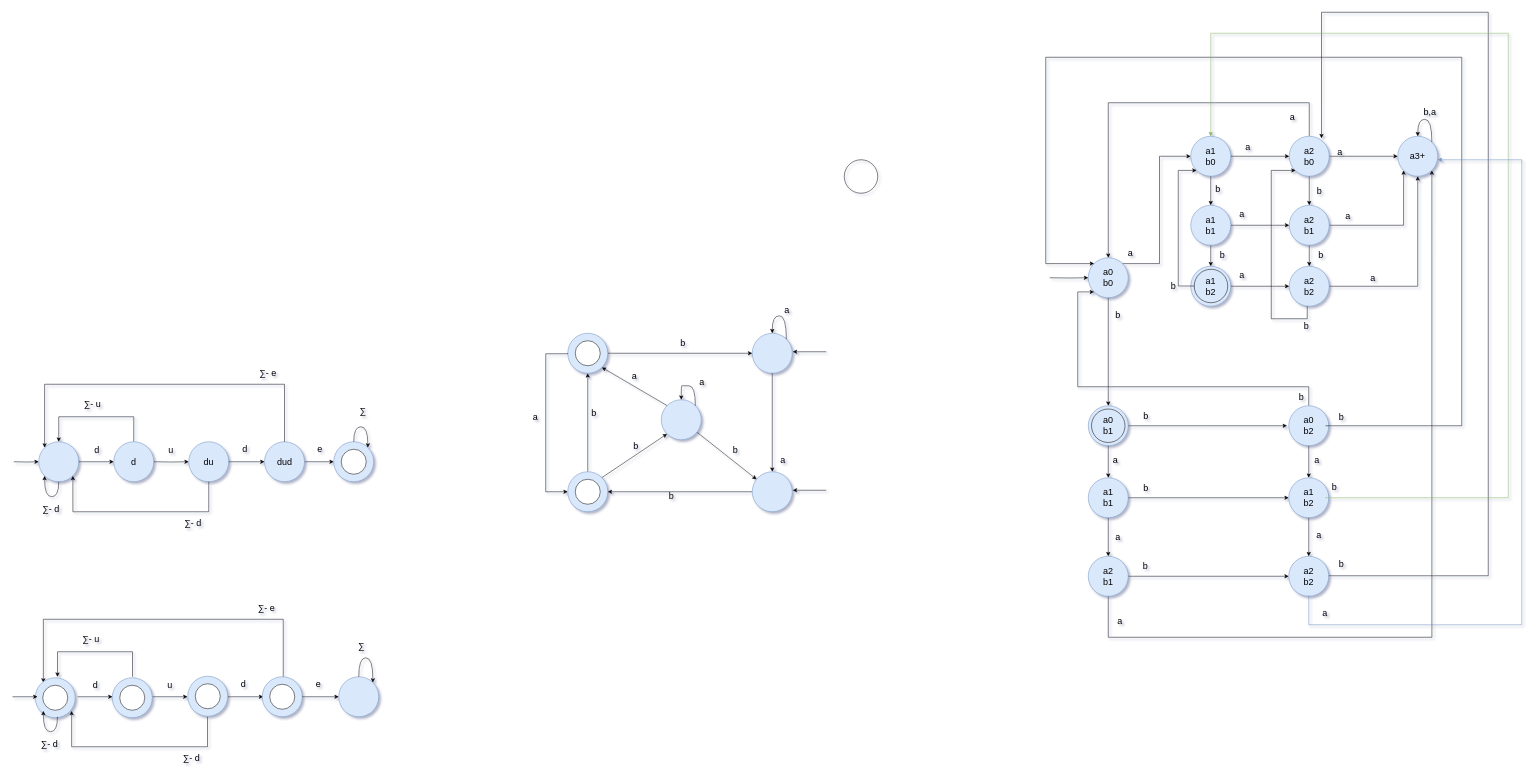
Before: HW3/diagrams.drawio in mohsenkamini/SBU_FLA, a draw.io diagram. Source tidied: cells renumbered, new cells numbered last; positions are measured from the earlier drawing's top-left corner, leaving out a move shared by most shapes. Both pictures are drawn from the tidied source at 50%, with x=0, y=0 at pixel (12, 12).
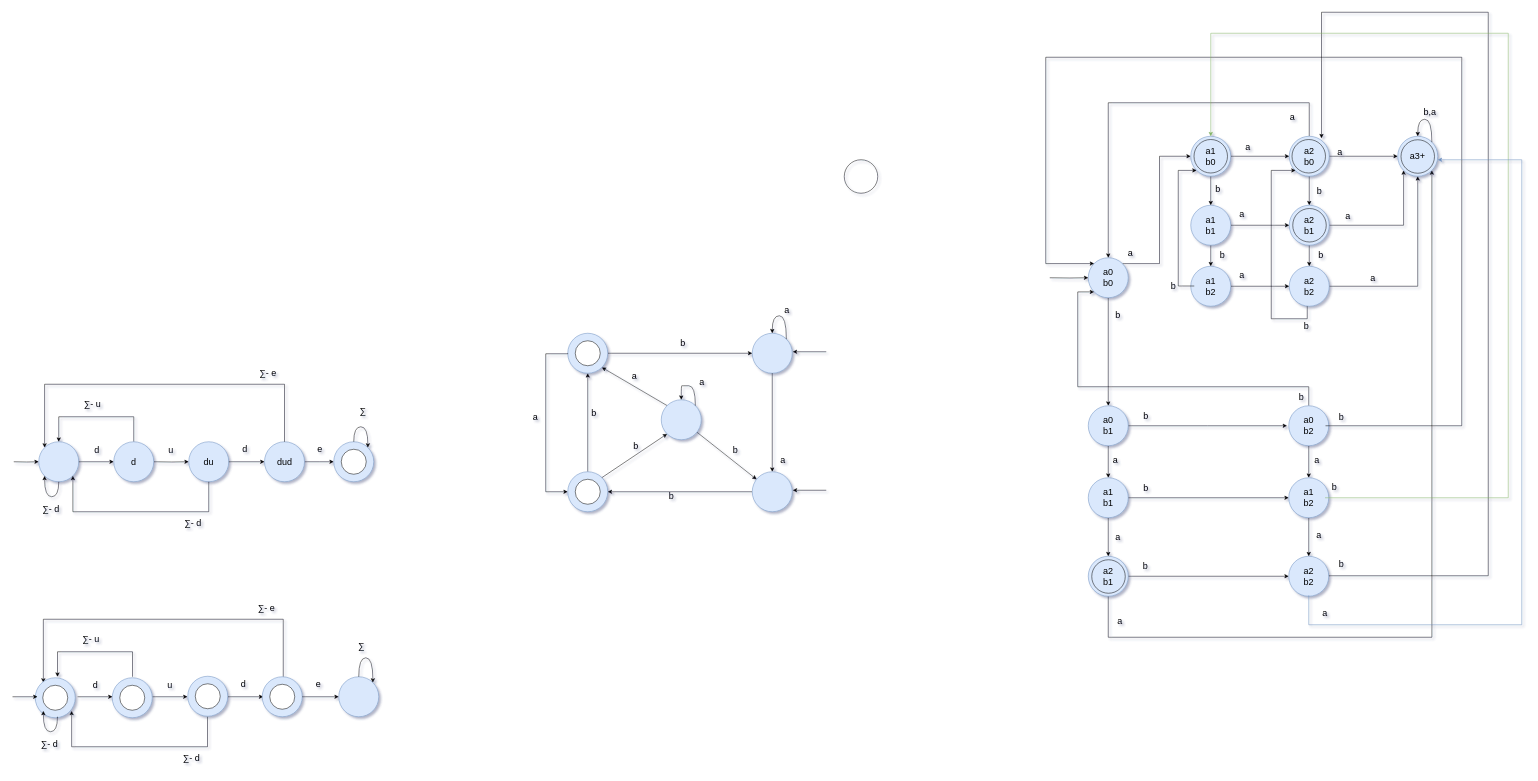
The same page after the edit.

The change refers to these unchanged cells:
```xml
<mxCell id="97" value="a1&lt;div&gt;b0&lt;/div&gt;" style="ellipse;whiteSpace=wrap;html=1;hachureGap=4;fillColor=#dae8fc;strokeColor=#6c8ebf;rounded=0;fontSize=18;" parent="1" vertex="1">
  <mxGeometry x="2356" y="248" width="80" height="80" as="geometry" />
</mxCell>
```

The edit, as a diff of the source:
```diff
@@
-    <mxCell id="153" style="edgeStyle=orthogonalEdgeStyle;rounded=0;jettySize=auto;html=1;entryX=0;entryY=1;entryDx=0;entryDy=0;fontFamily=Helvetica;fontSize=18;fontColor=default;" parent="1" edge="1" source="154" target="97">
+    <mxCell id="153" style="edgeStyle=orthogonalEdgeStyle;rounded=0;jettySize=auto;html=1;entryX=0;entryY=1;entryDx=0;entryDy=0;fontFamily=Helvetica;fontSize=18;fontColor=default;" parent="1" edge="1" target="97">
       <mxGeometry relative="1" as="geometry">
+        <mxPoint x="2363" y="547.5" as="sourcePoint" />
         <Array as="points">
           <mxPoint x="2331" y="548" />
           <mxPoint x="2331" y="316" />
         </Array>
       </mxGeometry>
     </mxCell>
-    <mxCell id="154" style="ellipse;whiteSpace=wrap;html=1;align=center;verticalAlign=middle;fontFamily=Helvetica;fontSize=18;fontColor=default;fillColor=none;gradientColor=none;strokeColor=#000000;" parent="1" vertex="1">
-      <mxGeometry x="2363" y="514" width="67" height="67" as="geometry" />
-    </mxCell>
-    <mxCell id="155" style="ellipse;whiteSpace=wrap;html=1;align=center;verticalAlign=middle;fontFamily=Helvetica;fontSize=18;fontColor=default;fillColor=none;gradientColor=none;strokeColor=#000000;" parent="1" vertex="1">
-      <mxGeometry x="2157.5" y="793.5" width="67" height="67" as="geometry" />
-    </mxCell>
@@
+    <mxCell id="167" style="ellipse;whiteSpace=wrap;html=1;align=center;verticalAlign=middle;fontFamily=Helvetica;fontSize=18;fontColor=default;fillColor=none;gradientColor=none;strokeColor=#000000;" parent="1" vertex="1">
+      <mxGeometry x="2362.5" y="254.5" width="67" height="67" as="geometry" />
+    </mxCell>
+    <mxCell id="168" style="ellipse;whiteSpace=wrap;html=1;align=center;verticalAlign=middle;fontFamily=Helvetica;fontSize=18;fontColor=default;fillColor=none;gradientColor=none;strokeColor=#000000;" parent="1" vertex="1">
+      <mxGeometry x="2558.5" y="254.5" width="67" height="67" as="geometry" />
+    </mxCell>
+    <mxCell id="169" style="ellipse;whiteSpace=wrap;html=1;align=center;verticalAlign=middle;fontFamily=Helvetica;fontSize=18;fontColor=default;fillColor=none;gradientColor=none;strokeColor=#000000;" parent="1" vertex="1">
+      <mxGeometry x="2776.5" y="255" width="67" height="67" as="geometry" />
+    </mxCell>
+    <mxCell id="170" style="ellipse;whiteSpace=wrap;html=1;align=center;verticalAlign=middle;fontFamily=Helvetica;fontSize=18;fontColor=default;fillColor=none;gradientColor=none;strokeColor=#000000;" parent="1" vertex="1">
+      <mxGeometry x="2560" y="392.5" width="67" height="67" as="geometry" />
+    </mxCell>
+    <mxCell id="171" style="ellipse;whiteSpace=wrap;html=1;align=center;verticalAlign=middle;fontFamily=Helvetica;fontSize=18;fontColor=default;fillColor=none;gradientColor=none;strokeColor=#000000;" parent="1" vertex="1">
+      <mxGeometry x="2158" y="1095" width="67" height="67" as="geometry" />
+    </mxCell>
```
